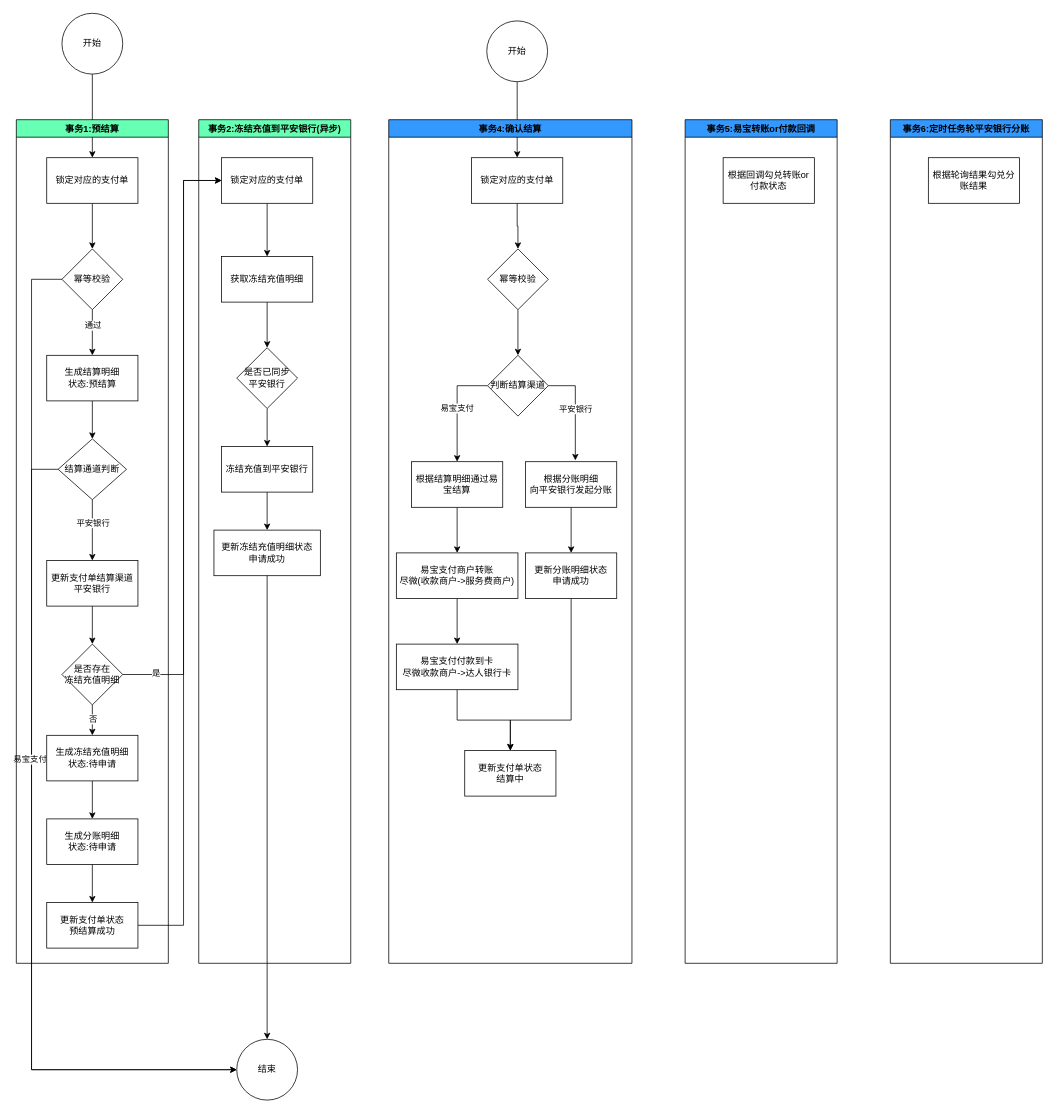
This is 合作订单结算流程.drawio from catface996/images, a draw.io file, before an edit. Source tidied: cells renumbered, new cells numbered last; positions are measured from the earlier drawing's top-left corner, leaving out a move shared by most shapes. Both pictures are drawn from the tidied source at 76%, with x=0, y=0 at pixel (16, 13).
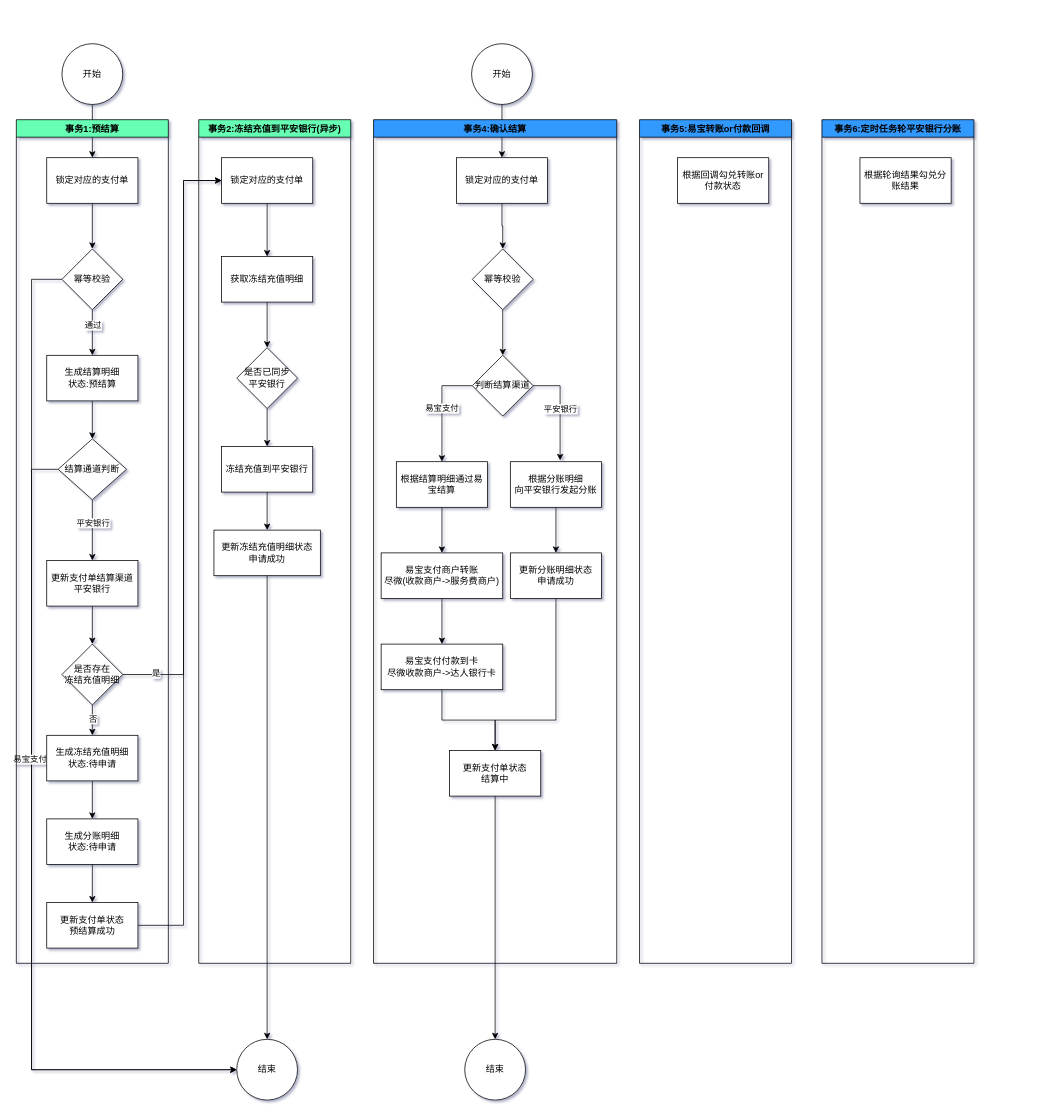
After the change.

Commit message:
更新合作订单结算流程.drawio

Unchanged cells that the change refers to:
```xml
<mxCell id="50" value="更新支付单状态&lt;br&gt;结算中" style="rounded=0;whiteSpace=wrap;html=1;fillColor=#FFFFFF;" parent="45" vertex="1">
  <mxGeometry x="100" y="830" width="120" height="60" as="geometry" />
</mxCell>
```

Change to the diagram source:
```diff
@@
-<mxGraphModel>
+<mxGraphModel shadow="1">
@@
     <mxCell id="3" value="开始" style="ellipse;whiteSpace=wrap;html=1;" parent="1" vertex="1">
-      <mxGeometry x="60" width="80" height="80" as="geometry" />
+      <mxGeometry x="60" y="40" width="80" height="80" as="geometry" />
     </mxCell>
@@
     <mxCell id="44" value="开始" style="ellipse;whiteSpace=wrap;html=1;" parent="1" vertex="1">
-      <mxGeometry x="619" y="10" width="80" height="80" as="geometry" />
+      <mxGeometry x="599" y="40" width="80" height="80" as="geometry" />
     </mxCell>
     <mxCell id="45" value="事务4:确认结算" style="swimlane;fillColor=#3399FF;" parent="1" vertex="1">
-      <mxGeometry x="490" y="140" width="320" height="1110" as="geometry" />
+      <mxGeometry x="470" y="140" width="320" height="1110" as="geometry" />
     </mxCell>
@@
     <mxCell id="64" value="事务5:易宝转账or付款回调" style="swimlane;fillColor=#3399FF;" parent="1" vertex="1">
-      <mxGeometry x="880" y="140" width="200" height="1110" as="geometry" />
+      <mxGeometry x="820" y="140" width="200" height="1110" as="geometry" />
     </mxCell>
@@
     <mxCell id="66" value="事务6:定时任务轮平安银行分账" style="swimlane;fillColor=#3399FF;" parent="1" vertex="1">
-      <mxGeometry x="1150" y="140" width="200" height="1110" as="geometry" />
+      <mxGeometry x="1060" y="140" width="200" height="1110" as="geometry" />
     </mxCell>
@@
+    <mxCell id="68" value="结束" style="ellipse;whiteSpace=wrap;html=1;" parent="1" vertex="1">
+      <mxGeometry x="590" y="1350" width="80" height="80" as="geometry" />
+    </mxCell>
+    <mxCell id="69" style="edgeStyle=orthogonalEdgeStyle;rounded=0;jettySize=auto;html=1;entryX=0.5;entryY=0;entryDx=0;entryDy=0;" parent="1" edge="1" source="50" target="68">
+      <mxGeometry relative="1" as="geometry" />
+    </mxCell>
```
